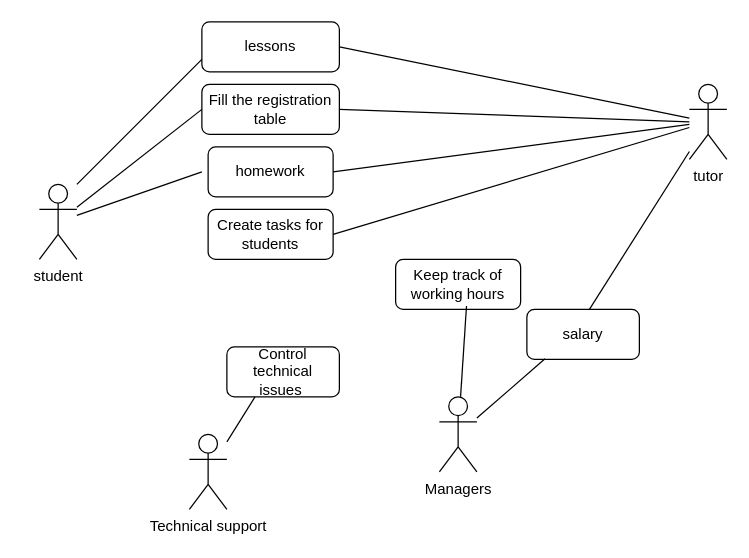
Above: use_case_diagram.drawio in H0p1ty/data_bases (draw.io), before the change. Source tidied: cells renumbered, new cells numbered last; positions are measured from the earlier drawing's top-left corner, leaving out a move shared by most shapes. Both pictures are drawn from the tidied source at 125%, with x=0, y=0 at pixel (39, 21).
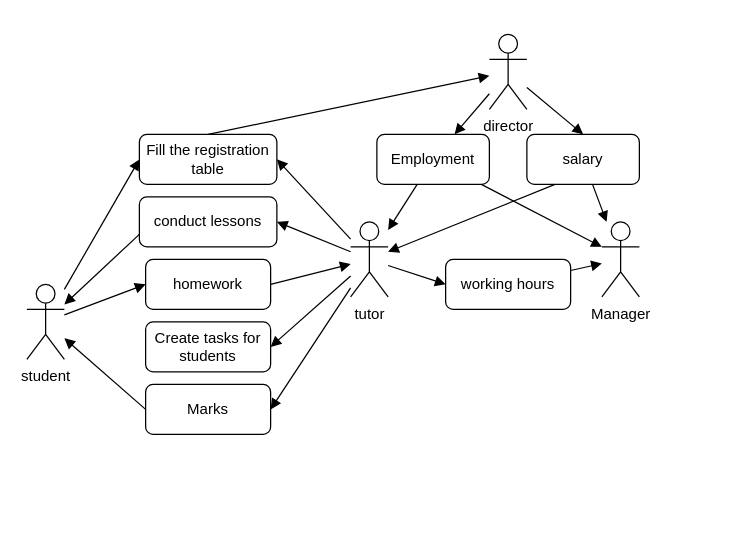
After the change.

Change to the diagram source:
```diff
@@
     <mxCell id="2" value="student" style="shape=umlActor;verticalLabelPosition=bottom;verticalAlign=top;html=1;outlineConnect=0;" parent="1" vertex="1">
-      <mxGeometry y="130" width="30" height="60" as="geometry" />
+      <mxGeometry x="-10" y="210" width="30" height="60" as="geometry" />
     </mxCell>
     <mxCell id="3" value="Fill the registration table" style="rounded=1;whiteSpace=wrap;html=1;" parent="1" vertex="1">
-      <mxGeometry x="130" y="50" width="110" height="40" as="geometry" />
+      <mxGeometry x="80" y="90" width="110" height="40" as="geometry" />
     </mxCell>
     <mxCell id="4" value="tutor" style="shape=umlActor;verticalLabelPosition=bottom;verticalAlign=top;html=1;outlineConnect=0;" parent="1" vertex="1">
-      <mxGeometry x="520" y="50" width="30" height="60" as="geometry" />
+      <mxGeometry x="249" y="160" width="30" height="60" as="geometry" />
     </mxCell>
-    <mxCell id="5" value="lessons" style="rounded=1;whiteSpace=wrap;html=1;" parent="1" vertex="1">
-      <mxGeometry x="130" width="110" height="40" as="geometry" />
+    <mxCell id="5" value="conduct lessons" style="rounded=1;whiteSpace=wrap;html=1;" parent="1" vertex="1">
+      <mxGeometry x="80" y="140" width="110" height="40" as="geometry" />
     </mxCell>
-    <mxCell id="6" value="Managers" style="shape=umlActor;verticalLabelPosition=bottom;verticalAlign=top;html=1;outlineConnect=0;" parent="1" vertex="1">
-      <mxGeometry x="320" y="300" width="30" height="60" as="geometry" />
+    <mxCell id="6" value="Manager" style="shape=umlActor;verticalLabelPosition=bottom;verticalAlign=top;html=1;outlineConnect=0;" parent="1" vertex="1">
+      <mxGeometry x="450" y="160" width="30" height="60" as="geometry" />
     </mxCell>
     <mxCell id="7" value="salary" style="rounded=1;whiteSpace=wrap;html=1;" parent="1" vertex="1">
-      <mxGeometry x="390" y="230" width="90" height="40" as="geometry" />
+      <mxGeometry x="390" y="90" width="90" height="40" as="geometry" />
     </mxCell>
-    <mxCell id="8" value="Keep track of working hours" style="rounded=1;whiteSpace=wrap;html=1;" parent="1" vertex="1">
-      <mxGeometry x="285" y="190" width="100" height="40" as="geometry" />
+    <mxCell id="8" value="working hours" style="rounded=1;whiteSpace=wrap;html=1;" parent="1" vertex="1">
+      <mxGeometry x="325" y="190" width="100" height="40" as="geometry" />
     </mxCell>
-    <mxCell id="9" value="Technical support" style="shape=umlActor;verticalLabelPosition=bottom;verticalAlign=top;html=1;outlineConnect=0;" parent="1" vertex="1">
-      <mxGeometry x="120" y="330" width="30" height="60" as="geometry" />
+    <mxCell id="9" value="director" style="shape=umlActor;verticalLabelPosition=bottom;verticalAlign=top;html=1;outlineConnect=0;" parent="1" vertex="1">
+      <mxGeometry x="360" y="10" width="30" height="60" as="geometry" />
     </mxCell>
-    <mxCell id="10" value="Control technical issues&amp;nbsp;" style="rounded=1;whiteSpace=wrap;html=1;" parent="1" vertex="1">
-      <mxGeometry x="150" y="260" width="90" height="40" as="geometry" />
-    </mxCell>
     <mxCell id="11" value="homework" style="rounded=1;whiteSpace=wrap;html=1;" parent="1" vertex="1">
-      <mxGeometry x="135" y="100" width="100" height="40" as="geometry" />
+      <mxGeometry x="85" y="190" width="100" height="40" as="geometry" />
     </mxCell>
     <mxCell id="12" value="Create tasks for students" style="rounded=1;whiteSpace=wrap;html=1;" parent="1" vertex="1">
-      <mxGeometry x="135" y="150" width="100" height="40" as="geometry" />
+      <mxGeometry x="85" y="240" width="100" height="40" as="geometry" />
     </mxCell>
-    <mxCell id="13" style="endArrow=none;html=1;rounded=0;entryX=0;entryY=0.75;entryDx=0;entryDy=0;" parent="1" edge="1" target="5">
-      <mxGeometry relative="1" as="geometry">
-        <mxPoint x="30" y="130" as="sourcePoint" />
-      </mxGeometry>
+    <mxCell id="13" style="endArrow=none;html=1;rounded=0;entryX=0;entryY=0.75;entryDx=0;entryDy=0;endFill=0;startArrow=block;startFill=1;" parent="1" edge="1" source="2" target="5">
+      <mxGeometry relative="1" as="geometry" />
     </mxCell>
-    <mxCell id="14" style="endArrow=none;html=1;rounded=0;entryX=0;entryY=0.5;entryDx=0;entryDy=0;" parent="1" edge="1" source="2" target="3">
+    <mxCell id="14" style="endArrow=block;html=1;rounded=0;entryX=0;entryY=0.5;entryDx=0;entryDy=0;startArrow=none;startFill=0;endFill=1;" parent="1" edge="1" source="2" target="3">
       <mxGeometry relative="1" as="geometry" />
     </mxCell>
-    <mxCell id="15" style="endArrow=none;html=1;rounded=0;" parent="1" edge="1" source="2">
-      <mxGeometry relative="1" as="geometry">
-        <mxPoint x="130" y="120" as="targetPoint" />
-      </mxGeometry>
+    <mxCell id="15" style="endArrow=block;html=1;rounded=0;entryX=0;entryY=0.5;entryDx=0;entryDy=0;startArrow=none;startFill=0;endFill=1;" parent="1" edge="1" source="2" target="11">
+      <mxGeometry relative="1" as="geometry" />
     </mxCell>
-    <mxCell id="16" style="endArrow=none;html=1;rounded=0;exitX=1;exitY=0.5;exitDx=0;exitDy=0;" parent="1" edge="1" source="5" target="4">
+    <mxCell id="16" style="endArrow=none;html=1;rounded=0;exitX=1;exitY=0.5;exitDx=0;exitDy=0;startArrow=block;startFill=1;" parent="1" edge="1" source="5" target="4">
       <mxGeometry relative="1" as="geometry" />
     </mxCell>
-    <mxCell id="17" style="endArrow=none;html=1;rounded=0;" parent="1" edge="1">
-      <mxGeometry relative="1" as="geometry">
-        <mxPoint x="240" y="70" as="sourcePoint" />
-        <mxPoint x="520" y="80" as="targetPoint" />
-      </mxGeometry>
+    <mxCell id="17" style="endArrow=none;html=1;rounded=0;startArrow=block;startFill=1;exitX=1;exitY=0.5;exitDx=0;exitDy=0;" parent="1" edge="1" source="3" target="4">
+      <mxGeometry relative="1" as="geometry" />
     </mxCell>
-    <mxCell id="18" style="endArrow=none;html=1;rounded=0;exitX=1;exitY=0.5;exitDx=0;exitDy=0;" parent="1" edge="1" source="11" target="4">
+    <mxCell id="18" style="endArrow=block;html=1;rounded=0;exitX=1;exitY=0.5;exitDx=0;exitDy=0;startArrow=none;startFill=0;endFill=1;" parent="1" edge="1" source="11" target="4">
       <mxGeometry relative="1" as="geometry" />
     </mxCell>
-    <mxCell id="19" style="endArrow=none;html=1;rounded=0;exitX=1;exitY=0.5;exitDx=0;exitDy=0;" parent="1" edge="1" source="12" target="4">
+    <mxCell id="19" style="endArrow=none;html=1;rounded=0;exitX=1;exitY=0.5;exitDx=0;exitDy=0;endFill=0;startArrow=block;startFill=1;" parent="1" edge="1" source="12" target="4">
       <mxGeometry relative="1" as="geometry" />
     </mxCell>
-    <mxCell id="20" style="endArrow=none;html=1;rounded=0;exitX=0.556;exitY=0;exitDx=0;exitDy=0;exitPerimeter=0;" parent="1" edge="1" source="7" target="4">
-      <mxGeometry relative="1" as="geometry" />
-    </mxCell>
+    <mxCell id="22" style="endArrow=none;html=1;rounded=0;endFill=0;startArrow=block;startFill=1;" parent="1" edge="1" source="6" target="8">
+      <mxGeometry relative="1" as="geometry" />
+    </mxCell>
+    <mxCell id="24" value="Employment" style="rounded=1;whiteSpace=wrap;html=1;" parent="1" vertex="1">
+      <mxGeometry x="270" y="90" width="90" height="40" as="geometry" />
+    </mxCell>
+    <mxCell id="25" style="endArrow=none;html=1;rounded=0;exitX=0;exitY=0.5;exitDx=0;exitDy=0;startArrow=block;startFill=1;" parent="1" edge="1" source="8" target="4">
+      <mxGeometry relative="1" as="geometry" />
+    </mxCell>
+    <mxCell id="26" style="endArrow=block;html=1;rounded=0;exitX=0.5;exitY=0;exitDx=0;exitDy=0;startArrow=none;startFill=0;endFill=1;" parent="1" edge="1" source="3" target="9">
+      <mxGeometry relative="1" as="geometry" />
+    </mxCell>
+    <mxCell id="27" style="endArrow=none;html=1;rounded=0;startArrow=block;startFill=1;" parent="1" edge="1" source="24" target="9">
+      <mxGeometry relative="1" as="geometry" />
+    </mxCell>
+    <mxCell id="28" style="endArrow=none;html=1;rounded=0;startArrow=block;startFill=1;" parent="1" edge="1" source="4" target="24">
+      <mxGeometry relative="1" as="geometry" />
+    </mxCell>
+    <mxCell id="29" style="endArrow=none;html=1;rounded=0;startArrow=block;startFill=1;exitX=0;exitY=0.3333333333333333;exitDx=0;exitDy=0;exitPerimeter=0;" parent="1" edge="1" source="6" target="24">
+      <mxGeometry relative="1" as="geometry" />
+    </mxCell>
+    <mxCell id="30" style="endArrow=none;html=1;rounded=0;startArrow=block;startFill=1;exitX=0.5;exitY=0;exitDx=0;exitDy=0;" parent="1" edge="1" source="7" target="9">
+      <mxGeometry relative="1" as="geometry" />
+    </mxCell>
-    <mxCell id="21" style="endArrow=none;html=1;rounded=0;entryX=0.161;entryY=0.988;entryDx=0;entryDy=0;entryPerimeter=0;" parent="1" edge="1" source="6" target="7">
+    <mxCell id="21" style="endArrow=none;html=1;rounded=0;startArrow=block;startFill=1;" parent="1" edge="1" source="6" target="7">
       <mxGeometry relative="1" as="geometry" />
     </mxCell>
-    <mxCell id="22" style="endArrow=none;html=1;rounded=0;entryX=0.567;entryY=0.934;entryDx=0;entryDy=0;entryPerimeter=0;" parent="1" edge="1" source="6" target="8">
-      <mxGeometry relative="1" as="geometry" />
-    </mxCell>
-    <mxCell id="23" style="endArrow=none;html=1;rounded=0;entryX=0.25;entryY=1;entryDx=0;entryDy=0;" parent="1" edge="1" source="9" target="10">
-      <mxGeometry relative="1" as="geometry" />
-    </mxCell>
+    <mxCell id="31" style="endArrow=none;html=1;rounded=0;startArrow=block;startFill=1;entryX=0.25;entryY=1;entryDx=0;entryDy=0;" parent="1" edge="1" source="4" target="7">
+      <mxGeometry relative="1" as="geometry" />
+    </mxCell>
+    <mxCell id="32" value="Marks" style="rounded=1;whiteSpace=wrap;html=1;" parent="1" vertex="1">
+      <mxGeometry x="85" y="290" width="100" height="40" as="geometry" />
+    </mxCell>
+    <mxCell id="33" style="endArrow=none;html=1;rounded=0;exitX=1;exitY=0.5;exitDx=0;exitDy=0;endFill=0;startArrow=block;startFill=1;" parent="1" edge="1" source="32" target="4">
+      <mxGeometry relative="1" as="geometry" />
+    </mxCell>
+    <mxCell id="34" style="endArrow=block;html=1;rounded=0;exitX=0;exitY=0.5;exitDx=0;exitDy=0;endFill=1;startArrow=none;startFill=0;" parent="1" edge="1" source="32" target="2">
+      <mxGeometry relative="1" as="geometry" />
+    </mxCell>
```
